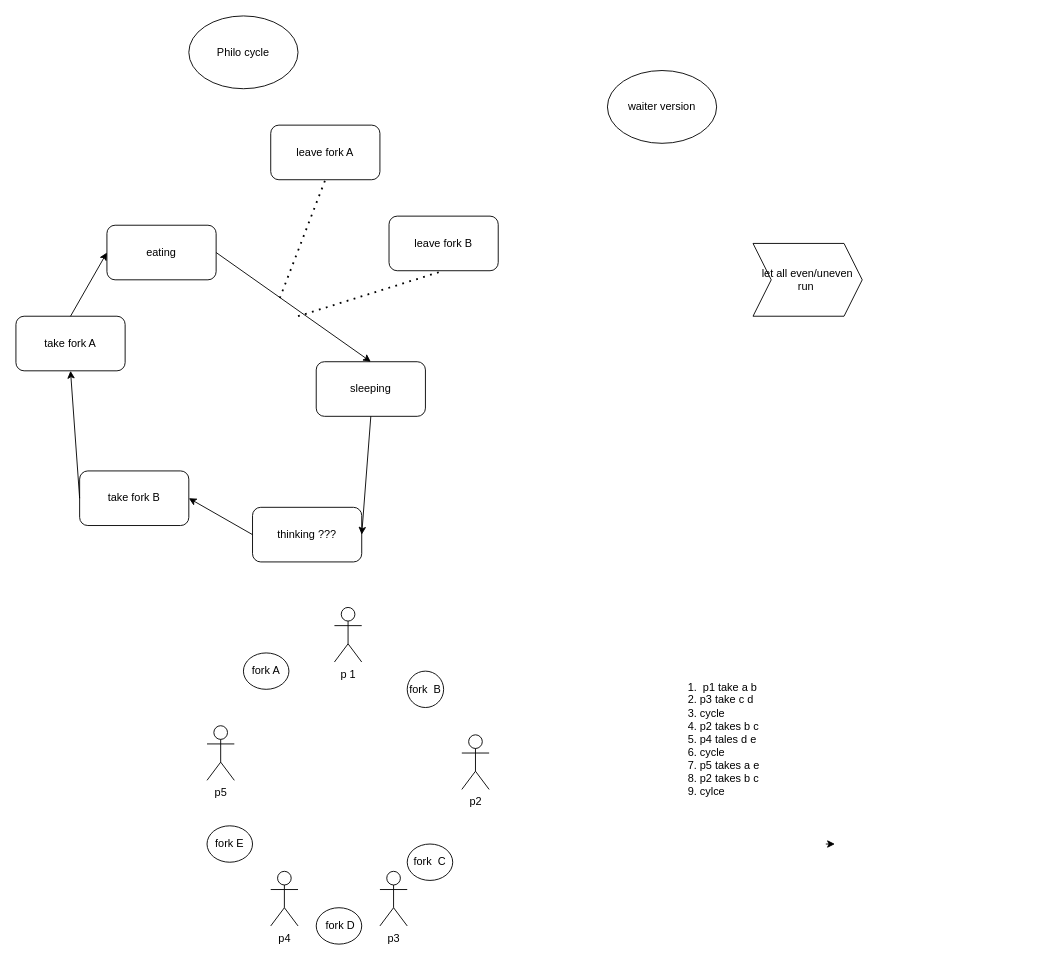
Earlier version of the draw.io diagram notes/philo.drawio (larskrabbe/philo). Source tidied: cells renumbered, new cells numbered last; positions are measured from the earlier drawing's top-left corner, leaving out a move shared by most shapes. Both pictures are drawn from the tidied source at 91%, with x=0, y=0 at pixel (15, 15).
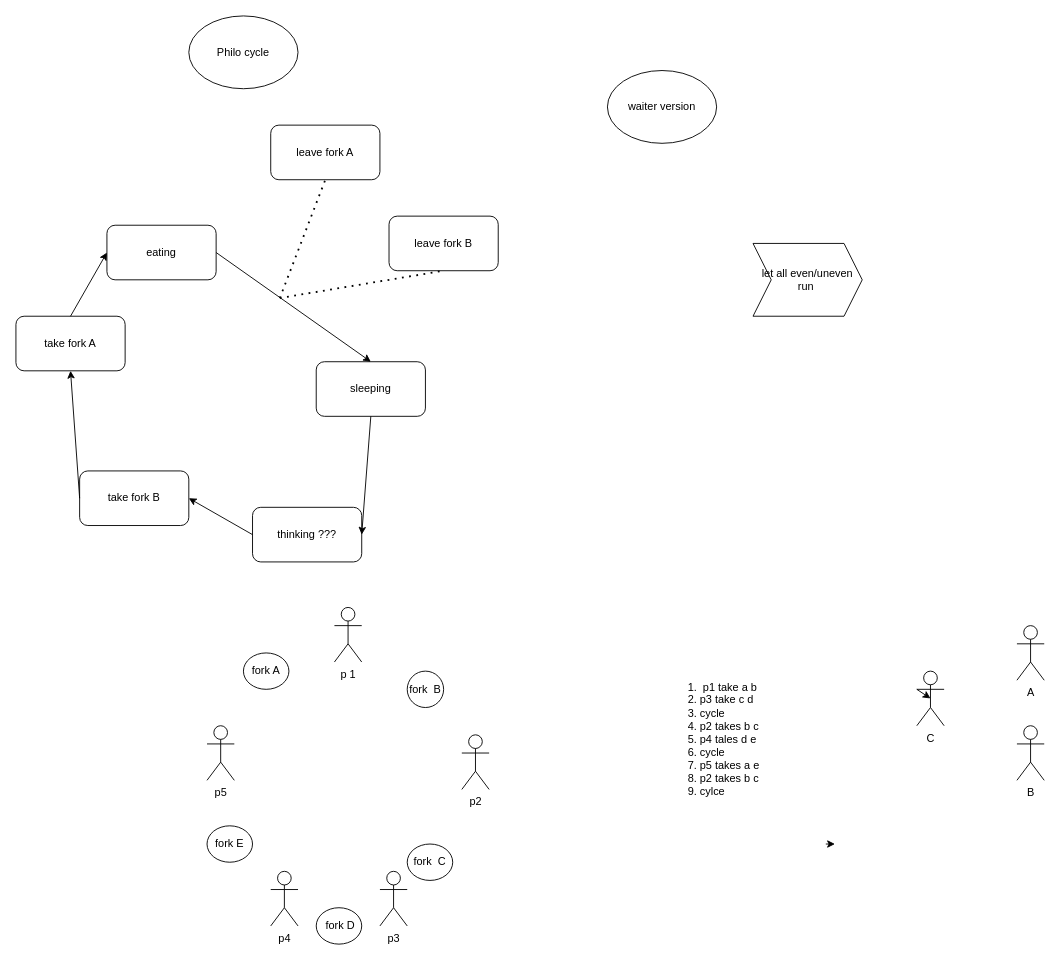
Above is the later version.

The change refers to these unchanged cells:
```xml
<mxCell id="13" value="leave fork B" style="rounded=1;whiteSpace=wrap;html=1;" parent="1" vertex="1">
  <mxGeometry x="410" y="220" width="120" height="60" as="geometry" />
</mxCell>
```

What changed in the source:
```diff
@@
     <mxCell id="15" style="endArrow=none;dashed=1;html=1;dashPattern=1 3;strokeWidth=2;entryX=0.5;entryY=1;entryDx=0;entryDy=0;" parent="1" edge="1" target="13">
       <mxGeometry relative="1" as="geometry">
-        <mxPoint x="310" y="330" as="sourcePoint" />
+        <mxPoint x="290" y="310" as="sourcePoint" />
+        <Array as="points">
+          <mxPoint x="290" y="310" />
+        </Array>
       </mxGeometry>
     </mxCell>
@@
+    <mxCell id="31" value="A" style="shape=umlActor;verticalLabelPosition=bottom;verticalAlign=top;html=1;" parent="1" vertex="1">
+      <mxGeometry x="1100" y="670" width="30" height="60" as="geometry" />
+    </mxCell>
+    <mxCell id="32" value="C" style="shape=umlActor;verticalLabelPosition=bottom;verticalAlign=top;html=1;outlineConnect=0;" parent="1" vertex="1">
+      <mxGeometry x="990" y="720" width="30" height="60" as="geometry" />
+    </mxCell>
+    <mxCell id="33" value="B" style="shape=umlActor;verticalLabelPosition=bottom;verticalAlign=top;html=1;" parent="1" vertex="1">
+      <mxGeometry x="1100" y="780" width="30" height="60" as="geometry" />
+    </mxCell>
+    <mxCell id="34" style="edgeStyle=none;html=1;exitX=0;exitY=0.3333333333333333;exitDx=0;exitDy=0;exitPerimeter=0;entryX=0.5;entryY=0.5;entryDx=0;entryDy=0;entryPerimeter=0;" parent="1" edge="1" source="32" target="32">
+      <mxGeometry relative="1" as="geometry" />
+    </mxCell>
```
